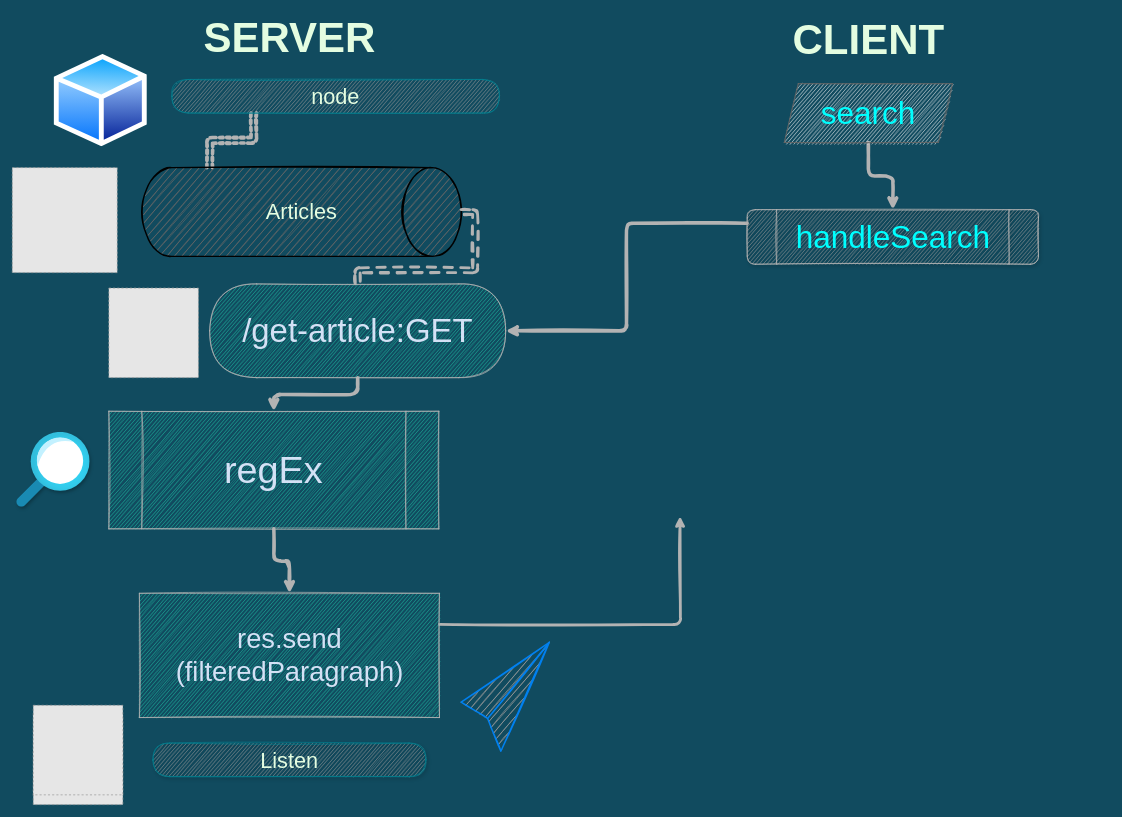
This is 03-Node-js/03-routesCalcuations/homeTask2/misha/googledia.drawio from talyaron/fullstack2021, a draw.io file, before an edit. Source tidied: cells renumbered, new cells numbered last; positions are measured from the earlier drawing's top-left corner, leaving out a move shared by most shapes. Both pictures are drawn from the tidied source at 70%, with x=0, y=0 at pixel (12, 14). Pictures stored in the file or linked from it are replaced by grey dashed boxes.
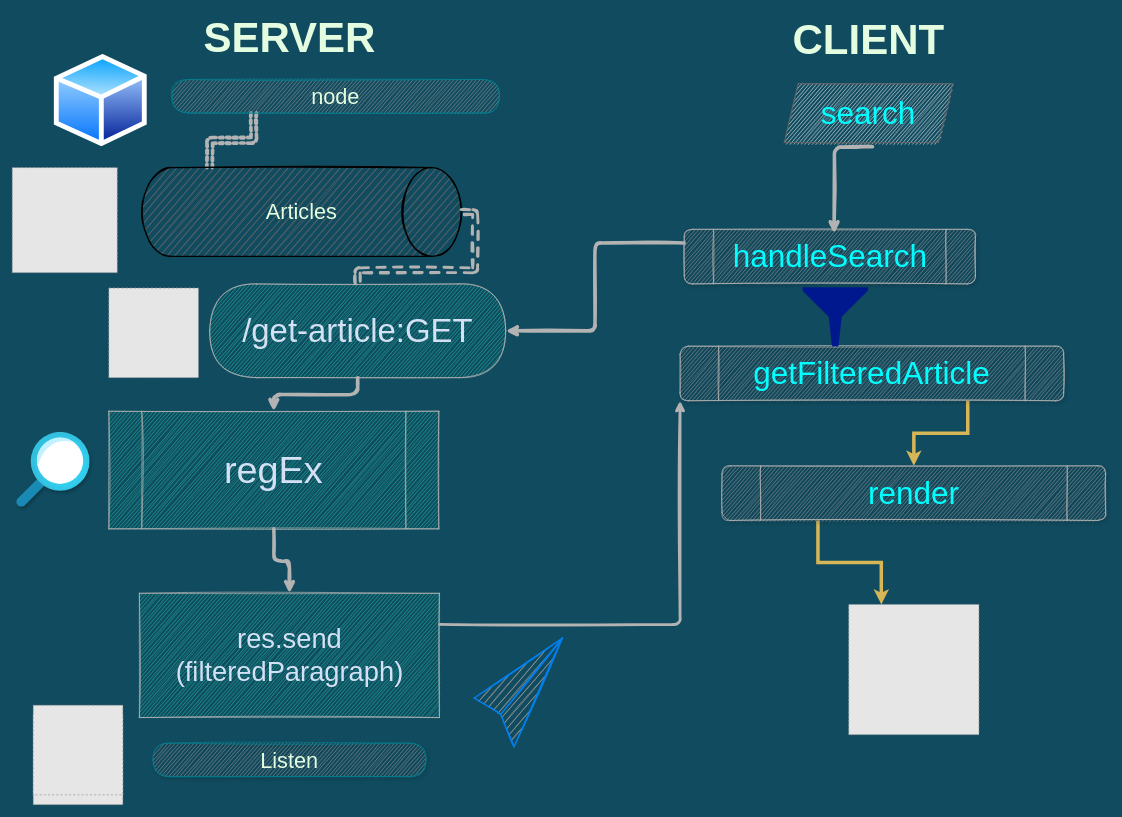
The same page after the edit.

Unchanged cells that the change refers to:
```xml
<mxCell id="13" value="&lt;font style=&quot;font-size: 39px&quot;&gt;res.send&lt;br&gt;(filteredParagraph)&lt;/font&gt;" style="whiteSpace=wrap;html=1;fillColor=#21C0A5;strokeColor=#B3B3B3;fontColor=#D4E1F5;rounded=0;sketch=1;" parent="1" vertex="1">
  <mxGeometry x="181.6" y="827.1" width="428.7" height="177.5" as="geometry" />
</mxCell>
<mxCell id="22" value="&lt;font color=&quot;#00ffff&quot;&gt;search&lt;/font&gt;" style="shape=parallelogram;perimeter=parallelogramPerimeter;whiteSpace=wrap;html=1;fixedSize=1;rounded=0;fontColor=#333333;strokeColor=#666666;fillColor=#f5f5f5;fontSize=45;sketch=1;" parent="1" vertex="1">
  <mxGeometry x="1103" y="99" width="240" height="84" as="geometry" />
</mxCell>
```

What changed in the source:
```diff
@@
-    <mxCell id="12" style="edgeStyle=orthogonalEdgeStyle;curved=0;rounded=1;jettySize=auto;html=1;exitX=1;exitY=0.25;exitDx=0;exitDy=0;fontSize=47;fontColor=#D4E1F5;strokeColor=#B3B3B3;strokeWidth=4;fillColor=#F45B69;sketch=1;" parent="1" edge="1" source="13">
-      <mxGeometry relative="1" as="geometry">
-        <mxPoint x="954" y="717" as="targetPoint" />
-      </mxGeometry>
+    <mxCell id="12" style="edgeStyle=orthogonalEdgeStyle;curved=0;rounded=1;jettySize=auto;html=1;exitX=1;exitY=0.25;exitDx=0;exitDy=0;fontSize=47;fontColor=#D4E1F5;strokeColor=#B3B3B3;strokeWidth=4;fillColor=#F45B69;sketch=1;entryX=0;entryY=1;entryDx=0;entryDy=0;" parent="1" edge="1" source="13" target="27">
+      <mxGeometry relative="1" as="geometry" />
     </mxCell>
@@
     <mxCell id="16" style="html=1;verticalLabelPosition=bottom;align=center;labelBackgroundColor=#ffffff;verticalAlign=top;strokeWidth=2;strokeColor=#0080F0;shadow=0;dashed=0;shape=mxgraph.ios7.icons.pointer;rounded=1;glass=0;labelBorderColor=none;fontSize=25;fontColor=#D4E1F5;fillColor=#999999;sketch=1;" parent="1" vertex="1">
-      <mxGeometry x="641.3" y="897" width="126" height="155.7" as="geometry" />
+      <mxGeometry x="660" y="891" width="126" height="155.7" as="geometry" />
     </mxCell>
@@
-    <mxCell id="21" style="edgeStyle=orthogonalEdgeStyle;curved=0;rounded=1;sketch=1;jettySize=auto;html=1;exitX=0.5;exitY=1;exitDx=0;exitDy=0;entryX=0.5;entryY=0;entryDx=0;entryDy=0;fontSize=45;fontColor=#00FFFF;strokeColor=#B3B3B3;strokeWidth=5;fillColor=#F45B69;" parent="1" edge="1" source="22" target="25">
-      <mxGeometry relative="1" as="geometry" />
-    </mxCell>
@@
     <mxCell id="25" value="handleSearch" style="shape=process;whiteSpace=wrap;html=1;backgroundOutline=1;rounded=1;shadow=1;glass=0;labelBackgroundColor=none;labelBorderColor=none;sketch=1;fontSize=45;fontColor=#00FFFF;strokeColor=#B3B3B3;fillColor=#999999;" parent="1" vertex="1">
-      <mxGeometry x="1050" y="279" width="416" height="78" as="geometry" />
+      <mxGeometry x="960" y="307.1" width="416" height="78" as="geometry" />
     </mxCell>
+    <mxCell id="26" style="edgeStyle=orthogonalEdgeStyle;rounded=0;jettySize=auto;html=1;exitX=0.75;exitY=1;exitDx=0;exitDy=0;fontColor=#FFFFFF;strokeWidth=5;fillColor=#fff2cc;strokeColor=#d6b656;" parent="1" edge="1" source="27" target="30">
+      <mxGeometry relative="1" as="geometry" />
+    </mxCell>
+    <mxCell id="27" value="getFilteredArticle" style="shape=process;whiteSpace=wrap;html=1;backgroundOutline=1;rounded=1;shadow=1;glass=0;labelBackgroundColor=none;labelBorderColor=none;sketch=1;fontSize=45;fontColor=#00FFFF;strokeColor=#B3B3B3;fillColor=#999999;" parent="1" vertex="1">
+      <mxGeometry x="954" y="474" width="548" height="78" as="geometry" />
+    </mxCell>
+    <mxCell id="28" style="edgeStyle=orthogonalEdgeStyle;curved=0;rounded=1;sketch=1;orthogonalLoop=1;jettySize=auto;html=1;exitX=0.5;exitY=1;exitDx=0;exitDy=0;entryX=0.5;entryY=0;entryDx=0;entryDy=0;fontSize=45;fontColor=#00FFFF;strokeColor=#B3B3B3;strokeWidth=5;fillColor=#F45B69;" parent="1" edge="1">
+      <mxGeometry relative="1" as="geometry">
+        <mxPoint x="1229" y="189" as="sourcePoint" />
+        <mxPoint x="1174" y="313.1" as="targetPoint" />
+      </mxGeometry>
+    </mxCell>
+    <mxCell id="29" style="edgeStyle=orthogonalEdgeStyle;rounded=0;jettySize=auto;html=1;exitX=0.25;exitY=1;exitDx=0;exitDy=0;entryX=0.25;entryY=0;entryDx=0;entryDy=0;fontColor=#FFFFFF;strokeWidth=5;fillColor=#fff2cc;strokeColor=#d6b656;" parent="1" edge="1" source="30" target="31">
+      <mxGeometry relative="1" as="geometry" />
+    </mxCell>
+    <mxCell id="30" value="render" style="shape=process;whiteSpace=wrap;html=1;backgroundOutline=1;rounded=1;shadow=1;glass=0;labelBackgroundColor=none;labelBorderColor=none;sketch=1;fontSize=45;fontColor=#00FFFF;strokeColor=#B3B3B3;fillColor=#999999;" parent="1" vertex="1">
+      <mxGeometry x="1014" y="645" width="548" height="78" as="geometry" />
+    </mxCell>
+    <mxCell id="31" style="fillColor=#E6E6E6;strokeColor=#999999;dashed=1;html=1;verticalAlign=top;verticalLabelPosition=bottom;labelBackgroundColor=#ffffff;fontColor=#FFFFFF;" parent="1" vertex="1">
+      <mxGeometry x="1195" y="843" width="186" height="186" as="geometry" />
+    </mxCell>
+    <mxCell id="32" style="sketch=0;shadow=0;dashed=0;html=1;strokeColor=none;labelPosition=center;verticalLabelPosition=bottom;verticalAlign=top;align=center;fillColor=#00188D;shape=mxgraph.mscae.enterprise.filter;fontColor=#FFFFFF;" parent="1" vertex="1">
+      <mxGeometry x="1129" y="390" width="93.3" height="84" as="geometry" />
+    </mxCell>
```
